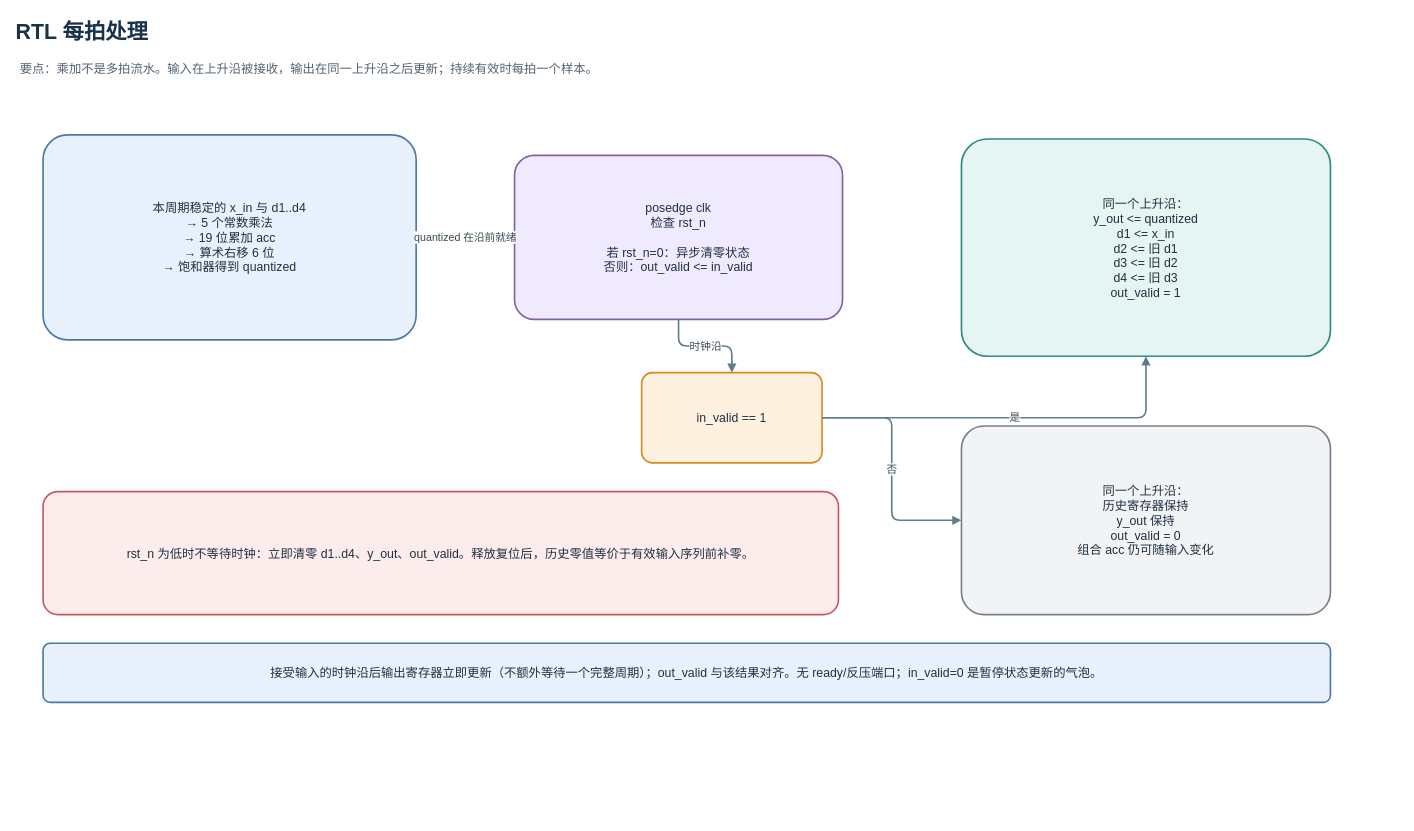
This is page "RTL 每拍处理" (2 of 4) of 标准FFE/docs/ffe_design.drawio from yuanfang11223344/FFE, a draw.io file, before an edit. Source tidied: cells renumbered, new cells numbered last; positions are measured from the earlier drawing's top-left corner, leaving out a move shared by most shapes. Both pictures are drawn from the tidied source at 82%, with x=0, y=0 at pixel (14, 14).
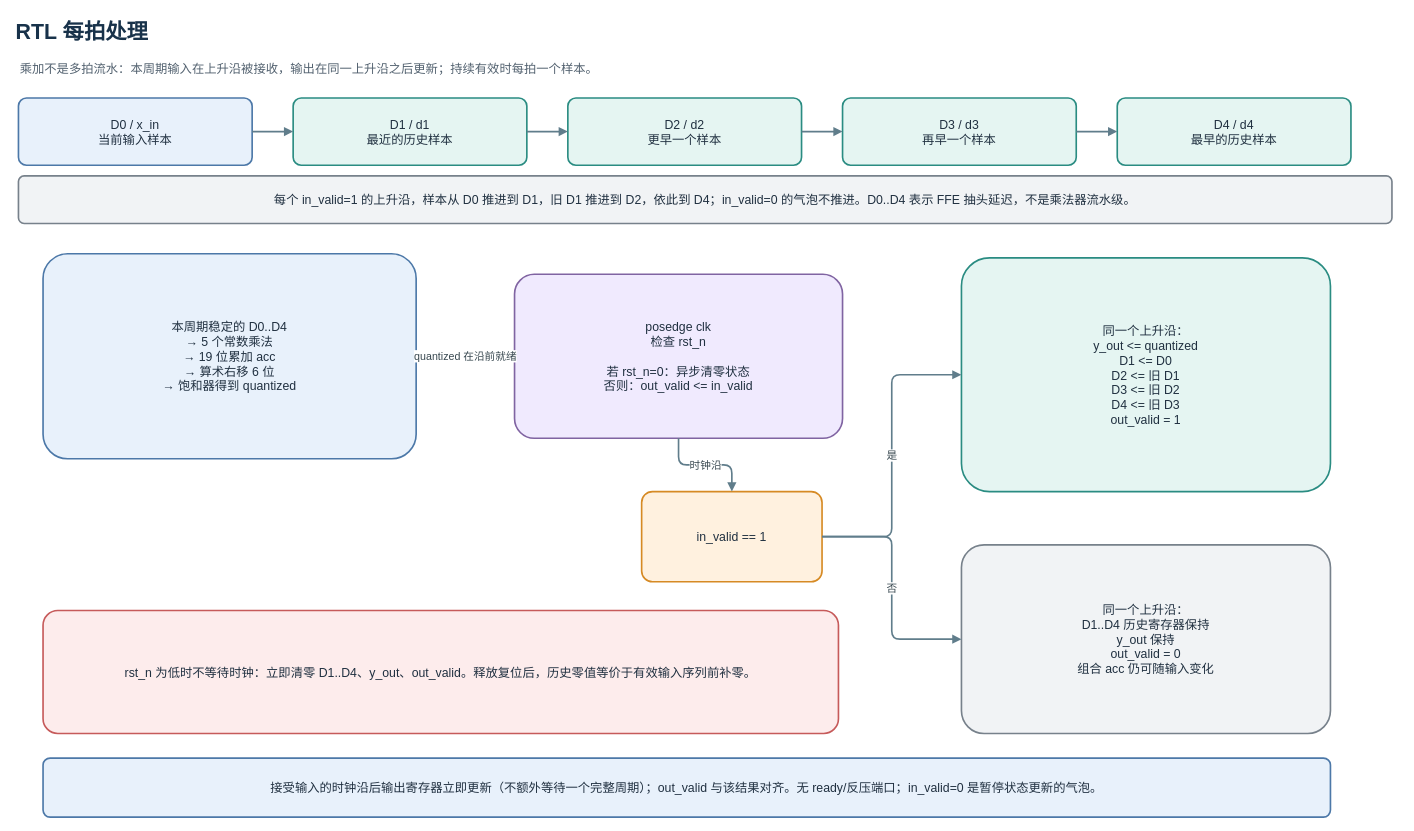
Above is the later version.

Change to the diagram source:
```diff
@@
-    <mxCell id="3" value="要点：乘加不是多拍流水。输入在上升沿被接收，输出在同一上升沿之后更新；持续有效时每拍一个样本。" style="text;html=1;strokeColor=none;fillColor=none;align=left;verticalAlign=middle;fontFamily=PingFang SC;fontSize=15;fontColor=#52616F;" parent="1" vertex="1">
+    <mxCell id="3" value="乘加不是多拍流水：本周期输入在上升沿被接收，输出在同一上升沿之后更新；持续有效时每拍一个样本。" style="text;html=1;strokeColor=none;fillColor=none;align=left;verticalAlign=middle;fontFamily=PingFang SC;fontSize=15;fontColor=#52616F;" parent="1" vertex="1">
       <mxGeometry x="5" y="47" width="1680" height="38" as="geometry" />
     </mxCell>
-    <mxCell id="4" value="本周期稳定的 x_in 与 d1..d4&#10;→ 5 个常数乘法&#10;→ 19 位累加 acc&#10;→ 算术右移 6 位&#10;→ 饱和器得到 quantized" style="rounded=1;whiteSpace=wrap;html=1;arcSize=12;shadow=0;fillColor=#E8F1FB;strokeColor=#4C78A8;strokeWidth=2;fontFamily=PingFang SC;fontSize=15;fontColor=#203040;align=center;verticalAlign=middle;spacing=10;" parent="1" vertex="1">
-      <mxGeometry x="35" y="147" width="455" height="250" as="geometry" />
+    <mxCell id="4" value="D0 / x_in&#10;当前输入样本" style="rounded=1;whiteSpace=wrap;html=1;arcSize=12;shadow=0;fillColor=#E8F1FB;strokeColor=#4C78A8;strokeWidth=2;fontFamily=PingFang SC;fontSize=15;fontColor=#203040;align=center;verticalAlign=middle;spacing=10;" parent="1" vertex="1">
+      <mxGeometry x="5" y="102" width="285" height="82" as="geometry" />
     </mxCell>
-    <mxCell id="5" value="posedge clk&#10;检查 rst_n&#10;&#10;若 rst_n=0：异步清零状态&#10;否则：out_valid &lt;= in_valid" style="rounded=1;whiteSpace=wrap;html=1;arcSize=12;shadow=0;fillColor=#F0EAFE;strokeColor=#8064A2;strokeWidth=2;fontFamily=PingFang SC;fontSize=15;fontColor=#203040;align=center;verticalAlign=middle;spacing=10;" parent="1" vertex="1">
-      <mxGeometry x="610" y="172" width="400" height="200" as="geometry" />
+    <mxCell id="5" value="D1 / d1&#10;最近的历史样本" style="rounded=1;whiteSpace=wrap;html=1;arcSize=12;shadow=0;fillColor=#E5F5F2;strokeColor=#2A8C82;strokeWidth=2;fontFamily=PingFang SC;fontSize=15;fontColor=#203040;align=center;verticalAlign=middle;spacing=10;" parent="1" vertex="1">
+      <mxGeometry x="340" y="102" width="285" height="82" as="geometry" />
     </mxCell>
-    <mxCell id="6" value="in_valid == 1" style="rounded=1;whiteSpace=wrap;html=1;arcSize=12;shadow=0;fillColor=#FFF1DF;strokeColor=#D68A24;strokeWidth=2;fontFamily=PingFang SC;fontSize=15;fontColor=#203040;align=center;verticalAlign=middle;spacing=10;" parent="1" vertex="1">
-      <mxGeometry x="765" y="437" width="220" height="110" as="geometry" />
+    <mxCell id="6" value="D2 / d2&#10;更早一个样本" style="rounded=1;whiteSpace=wrap;html=1;arcSize=12;shadow=0;fillColor=#E5F5F2;strokeColor=#2A8C82;strokeWidth=2;fontFamily=PingFang SC;fontSize=15;fontColor=#203040;align=center;verticalAlign=middle;spacing=10;" parent="1" vertex="1">
+      <mxGeometry x="675" y="102" width="285" height="82" as="geometry" />
     </mxCell>
-    <mxCell id="7" value="同一个上升沿：&#10;y_out &lt;= quantized&#10;d1 &lt;= x_in&#10;d2 &lt;= 旧 d1&#10;d3 &lt;= 旧 d2&#10;d4 &lt;= 旧 d3&#10;out_valid = 1" style="rounded=1;whiteSpace=wrap;html=1;arcSize=12;shadow=0;fillColor=#E5F5F2;strokeColor=#2A8C82;strokeWidth=2;fontFamily=PingFang SC;fontSize=15;fontColor=#203040;align=center;verticalAlign=middle;spacing=10;" parent="1" vertex="1">
-      <mxGeometry x="1155" y="152" width="450" height="265" as="geometry" />
+    <mxCell id="7" value="D3 / d3&#10;再早一个样本" style="rounded=1;whiteSpace=wrap;html=1;arcSize=12;shadow=0;fillColor=#E5F5F2;strokeColor=#2A8C82;strokeWidth=2;fontFamily=PingFang SC;fontSize=15;fontColor=#203040;align=center;verticalAlign=middle;spacing=10;" parent="1" vertex="1">
+      <mxGeometry x="1010" y="102" width="285" height="82" as="geometry" />
     </mxCell>
-    <mxCell id="8" value="同一个上升沿：&#10;历史寄存器保持&#10;y_out 保持&#10;out_valid = 0&#10;组合 acc 仍可随输入变化" style="rounded=1;whiteSpace=wrap;html=1;arcSize=12;shadow=0;fillColor=#F1F3F5;strokeColor=#77818B;strokeWidth=2;fontFamily=PingFang SC;fontSize=15;fontColor=#203040;align=center;verticalAlign=middle;spacing=10;" parent="1" vertex="1">
-      <mxGeometry x="1155" y="502" width="450" height="230" as="geometry" />
+    <mxCell id="8" value="D4 / d4&#10;最早的历史样本" style="rounded=1;whiteSpace=wrap;html=1;arcSize=12;shadow=0;fillColor=#E5F5F2;strokeColor=#2A8C82;strokeWidth=2;fontFamily=PingFang SC;fontSize=15;fontColor=#203040;align=center;verticalAlign=middle;spacing=10;" parent="1" vertex="1">
+      <mxGeometry x="1345" y="102" width="285" height="82" as="geometry" />
     </mxCell>
-    <mxCell id="9" value="quantized 在沿前就绪" style="edgeStyle=orthogonalEdgeStyle;rounded=1;jettySize=auto;html=1;strokeColor=#607D8B;strokeWidth=2;endArrow=block;endFill=1;fontFamily=PingFang SC;fontSize=13;fontColor=#37474F;" parent="1" edge="1" source="4" target="5">
+    <mxCell id="9" style="edgeStyle=orthogonalEdgeStyle;rounded=1;jettySize=auto;html=1;strokeColor=#607D8B;strokeWidth=2;endArrow=block;endFill=1;fontFamily=PingFang SC;fontSize=13;fontColor=#37474F;" parent="1" edge="1" source="4" target="5">
       <mxGeometry relative="1" as="geometry" />
     </mxCell>
-    <mxCell id="10" value="时钟沿" style="edgeStyle=orthogonalEdgeStyle;rounded=1;jettySize=auto;html=1;strokeColor=#607D8B;strokeWidth=2;endArrow=block;endFill=1;fontFamily=PingFang SC;fontSize=13;fontColor=#37474F;" parent="1" edge="1" source="5" target="6">
+    <mxCell id="10" style="edgeStyle=orthogonalEdgeStyle;rounded=1;jettySize=auto;html=1;strokeColor=#607D8B;strokeWidth=2;endArrow=block;endFill=1;fontFamily=PingFang SC;fontSize=13;fontColor=#37474F;" parent="1" edge="1" source="5" target="6">
       <mxGeometry relative="1" as="geometry" />
     </mxCell>
-    <mxCell id="11" value="是" style="edgeStyle=orthogonalEdgeStyle;rounded=1;jettySize=auto;html=1;strokeColor=#607D8B;strokeWidth=2;endArrow=block;endFill=1;fontFamily=PingFang SC;fontSize=13;fontColor=#37474F;" parent="1" edge="1" source="6" target="7">
+    <mxCell id="11" style="edgeStyle=orthogonalEdgeStyle;rounded=1;jettySize=auto;html=1;strokeColor=#607D8B;strokeWidth=2;endArrow=block;endFill=1;fontFamily=PingFang SC;fontSize=13;fontColor=#37474F;" parent="1" edge="1" source="6" target="7">
       <mxGeometry relative="1" as="geometry" />
     </mxCell>
-    <mxCell id="12" value="否" style="edgeStyle=orthogonalEdgeStyle;rounded=1;jettySize=auto;html=1;strokeColor=#607D8B;strokeWidth=2;endArrow=block;endFill=1;fontFamily=PingFang SC;fontSize=13;fontColor=#37474F;" parent="1" edge="1" source="6" target="8">
+    <mxCell id="12" style="edgeStyle=orthogonalEdgeStyle;rounded=1;jettySize=auto;html=1;strokeColor=#607D8B;strokeWidth=2;endArrow=block;endFill=1;fontFamily=PingFang SC;fontSize=13;fontColor=#37474F;" parent="1" edge="1" source="7" target="8">
       <mxGeometry relative="1" as="geometry" />
     </mxCell>
-    <mxCell id="13" value="rst_n 为低时不等待时钟：立即清零 d1..d4、y_out、out_valid。释放复位后，历史零值等价于有效输入序列前补零。" style="rounded=1;whiteSpace=wrap;html=1;arcSize=12;shadow=0;fillColor=#FDECEC;strokeColor=#C65A5A;strokeWidth=2;fontFamily=PingFang SC;fontSize=15;fontColor=#203040;align=center;verticalAlign=middle;spacing=10;" parent="1" vertex="1">
-      <mxGeometry x="35" y="582" width="970" height="150" as="geometry" />
+    <mxCell id="13" value="每个 in_valid=1 的上升沿，样本从 D0 推进到 D1，旧 D1 推进到 D2，依此到 D4；in_valid=0 的气泡不推进。D0..D4 表示 FFE 抽头延迟，不是乘法器流水级。" style="rounded=1;whiteSpace=wrap;html=1;arcSize=12;shadow=0;fillColor=#F1F3F5;strokeColor=#77818B;strokeWidth=2;fontFamily=PingFang SC;fontSize=15;fontColor=#203040;align=center;verticalAlign=middle;spacing=10;" parent="1" vertex="1">
+      <mxGeometry x="5" y="197" width="1675" height="58" as="geometry" />
     </mxCell>
-    <mxCell id="14" value="接受输入的时钟沿后输出寄存器立即更新（不额外等待一个完整周期）；out_valid 与该结果对齐。无 ready/反压端口；in_valid=0 是暂停状态更新的气泡。" style="rounded=1;whiteSpace=wrap;html=1;arcSize=12;shadow=0;fillColor=#E8F1FB;strokeColor=#4C78A8;strokeWidth=2;fontFamily=PingFang SC;fontSize=15;fontColor=#203040;align=center;verticalAlign=middle;spacing=10;" parent="1" vertex="1">
-      <mxGeometry x="35" y="767" width="1570" height="72" as="geometry" />
+    <mxCell id="14" value="本周期稳定的 D0..D4&#10;→ 5 个常数乘法&#10;→ 19 位累加 acc&#10;→ 算术右移 6 位&#10;→ 饱和器得到 quantized" style="rounded=1;whiteSpace=wrap;html=1;arcSize=12;shadow=0;fillColor=#E8F1FB;strokeColor=#4C78A8;strokeWidth=2;fontFamily=PingFang SC;fontSize=15;fontColor=#203040;align=center;verticalAlign=middle;spacing=10;" parent="1" vertex="1">
+      <mxGeometry x="35" y="292" width="455" height="250" as="geometry" />
     </mxCell>
+    <mxCell id="15" value="posedge clk&#10;检查 rst_n&#10;&#10;若 rst_n=0：异步清零状态&#10;否则：out_valid &lt;= in_valid" style="rounded=1;whiteSpace=wrap;html=1;arcSize=12;shadow=0;fillColor=#F0EAFE;strokeColor=#8064A2;strokeWidth=2;fontFamily=PingFang SC;fontSize=15;fontColor=#203040;align=center;verticalAlign=middle;spacing=10;" parent="1" vertex="1">
+      <mxGeometry x="610" y="317" width="400" height="200" as="geometry" />
+    </mxCell>
+    <mxCell id="16" value="in_valid == 1" style="rounded=1;whiteSpace=wrap;html=1;arcSize=12;shadow=0;fillColor=#FFF1DF;strokeColor=#D68A24;strokeWidth=2;fontFamily=PingFang SC;fontSize=15;fontColor=#203040;align=center;verticalAlign=middle;spacing=10;" parent="1" vertex="1">
+      <mxGeometry x="765" y="582" width="220" height="110" as="geometry" />
+    </mxCell>
+    <mxCell id="17" value="同一个上升沿：&#10;y_out &lt;= quantized&#10;D1 &lt;= D0&#10;D2 &lt;= 旧 D1&#10;D3 &lt;= 旧 D2&#10;D4 &lt;= 旧 D3&#10;out_valid = 1" style="rounded=1;whiteSpace=wrap;html=1;arcSize=12;shadow=0;fillColor=#E5F5F2;strokeColor=#2A8C82;strokeWidth=2;fontFamily=PingFang SC;fontSize=15;fontColor=#203040;align=center;verticalAlign=middle;spacing=10;" parent="1" vertex="1">
+      <mxGeometry x="1155" y="297" width="450" height="285" as="geometry" />
+    </mxCell>
+    <mxCell id="18" value="同一个上升沿：&#10;D1..D4 历史寄存器保持&#10;y_out 保持&#10;out_valid = 0&#10;组合 acc 仍可随输入变化" style="rounded=1;whiteSpace=wrap;html=1;arcSize=12;shadow=0;fillColor=#F1F3F5;strokeColor=#77818B;strokeWidth=2;fontFamily=PingFang SC;fontSize=15;fontColor=#203040;align=center;verticalAlign=middle;spacing=10;" parent="1" vertex="1">
+      <mxGeometry x="1155" y="647" width="450" height="230" as="geometry" />
+    </mxCell>
+    <mxCell id="19" value="quantized 在沿前就绪" style="edgeStyle=orthogonalEdgeStyle;rounded=1;jettySize=auto;html=1;strokeColor=#607D8B;strokeWidth=2;endArrow=block;endFill=1;fontFamily=PingFang SC;fontSize=13;fontColor=#37474F;" parent="1" edge="1" source="14" target="15">
+      <mxGeometry relative="1" as="geometry" />
+    </mxCell>
+    <mxCell id="20" value="时钟沿" style="edgeStyle=orthogonalEdgeStyle;rounded=1;jettySize=auto;html=1;strokeColor=#607D8B;strokeWidth=2;endArrow=block;endFill=1;fontFamily=PingFang SC;fontSize=13;fontColor=#37474F;" parent="1" edge="1" source="15" target="16">
+      <mxGeometry relative="1" as="geometry" />
+    </mxCell>
+    <mxCell id="21" value="是" style="edgeStyle=orthogonalEdgeStyle;rounded=1;jettySize=auto;html=1;strokeColor=#607D8B;strokeWidth=2;endArrow=block;endFill=1;fontFamily=PingFang SC;fontSize=13;fontColor=#37474F;" parent="1" edge="1" source="16" target="17">
+      <mxGeometry relative="1" as="geometry" />
+    </mxCell>
+    <mxCell id="22" value="否" style="edgeStyle=orthogonalEdgeStyle;rounded=1;jettySize=auto;html=1;strokeColor=#607D8B;strokeWidth=2;endArrow=block;endFill=1;fontFamily=PingFang SC;fontSize=13;fontColor=#37474F;" parent="1" edge="1" source="16" target="18">
+      <mxGeometry relative="1" as="geometry" />
+    </mxCell>
+    <mxCell id="23" value="rst_n 为低时不等待时钟：立即清零 D1..D4、y_out、out_valid。释放复位后，历史零值等价于有效输入序列前补零。" style="rounded=1;whiteSpace=wrap;html=1;arcSize=12;shadow=0;fillColor=#FDECEC;strokeColor=#C65A5A;strokeWidth=2;fontFamily=PingFang SC;fontSize=15;fontColor=#203040;align=center;verticalAlign=middle;spacing=10;" parent="1" vertex="1">
+      <mxGeometry x="35" y="727" width="970" height="150" as="geometry" />
+    </mxCell>
+    <mxCell id="24" value="接受输入的时钟沿后输出寄存器立即更新（不额外等待一个完整周期）；out_valid 与该结果对齐。无 ready/反压端口；in_valid=0 是暂停状态更新的气泡。" style="rounded=1;whiteSpace=wrap;html=1;arcSize=12;shadow=0;fillColor=#E8F1FB;strokeColor=#4C78A8;strokeWidth=2;fontFamily=PingFang SC;fontSize=15;fontColor=#203040;align=center;verticalAlign=middle;spacing=10;" parent="1" vertex="1">
+      <mxGeometry x="35" y="907" width="1570" height="72" as="geometry" />
+    </mxCell>
```
